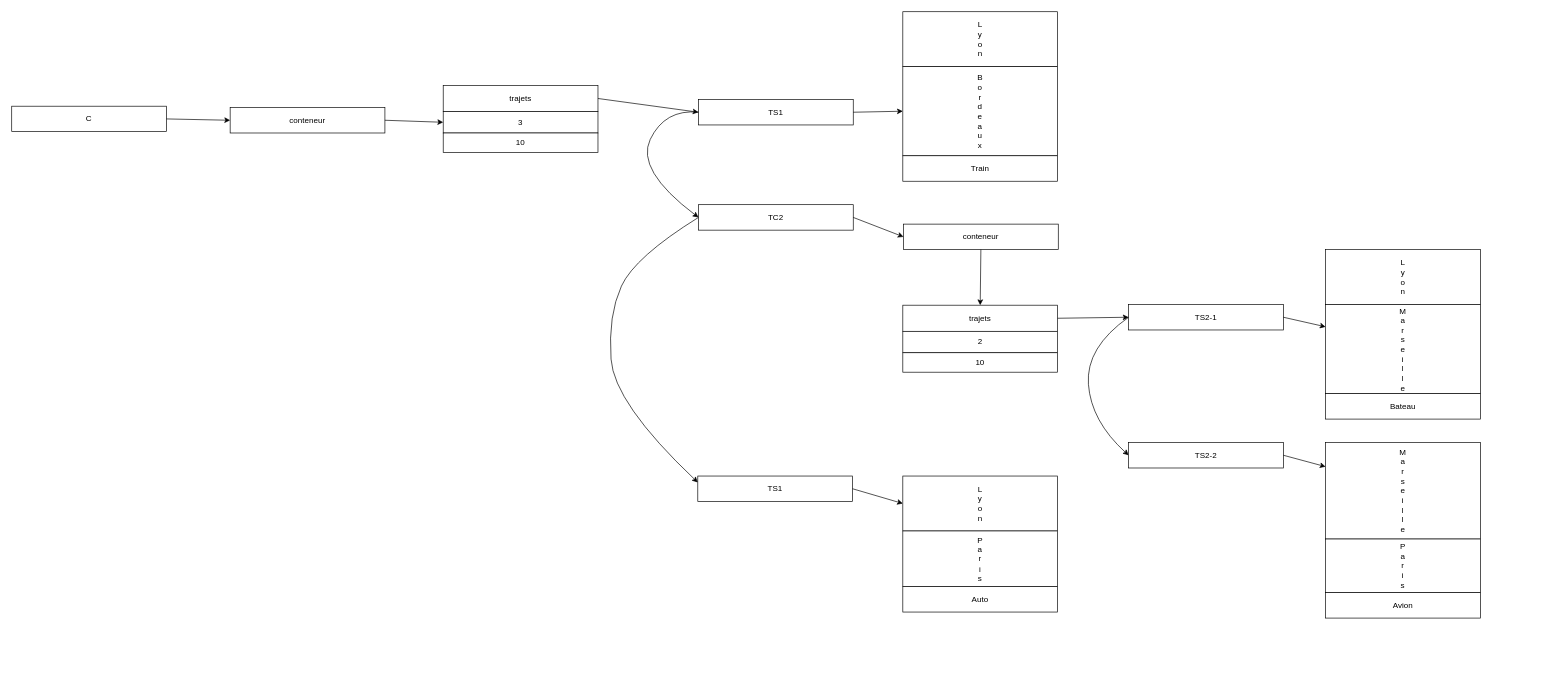
The draw.io diagram memoire.drawio in baoanhtran/TP2-CPP-Bases, before the edit. Source tidied: cells renumbered, new cells numbered last; positions are measured from the earlier drawing's top-left corner, leaving out a move shared by most shapes. Both pictures are drawn from the tidied source at 67%, with x=0, y=0 at pixel (11, 11).
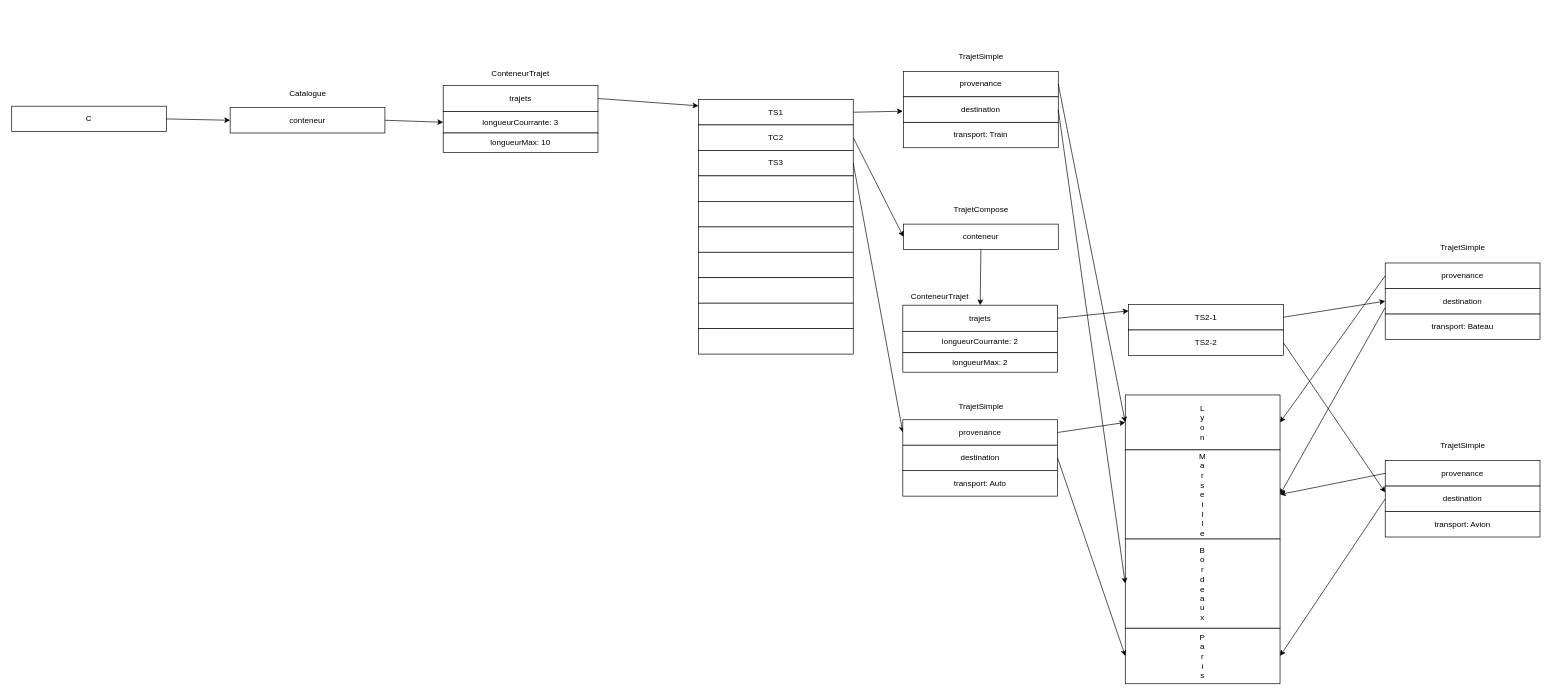
Above is the later version.

Unchanged cells that the change refers to:
```xml
<mxCell id="4" value="TS1" style="rounded=0;whiteSpace=wrap;html=1;" parent="1" vertex="1">
  <mxGeometry x="1025" y="131" width="231" height="38" as="geometry" />
</mxCell>
<mxCell id="12" value="TS2-1" style="rounded=0;whiteSpace=wrap;html=1;" parent="1" vertex="1">
  <mxGeometry x="1667" y="437" width="231" height="38" as="geometry" />
</mxCell>
<mxCell id="30" value="trajets" style="rounded=0;whiteSpace=wrap;html=1;" parent="1" vertex="1">
  <mxGeometry x="644" y="110" width="231" height="39" as="geometry" />
</mxCell>
<mxCell id="34" value="trajets" style="rounded=0;whiteSpace=wrap;html=1;" parent="1" vertex="1">
  <mxGeometry x="1330" y="438" width="231" height="39" as="geometry" />
</mxCell>
```

Diff of the diagram source:
```diff
@@
-    <mxCell id="5" value="L&lt;div&gt;y&lt;/div&gt;&lt;div&gt;o&lt;/div&gt;&lt;div&gt;n&lt;/div&gt;" style="rounded=0;whiteSpace=wrap;html=1;" parent="1" vertex="1">
-      <mxGeometry x="1330" width="231" height="82" as="geometry" />
-    </mxCell>
-    <mxCell id="6" value="B&lt;div&gt;o&lt;/div&gt;&lt;div&gt;r&lt;/div&gt;&lt;div&gt;d&lt;/div&gt;&lt;div&gt;e&lt;/div&gt;&lt;div&gt;a&lt;/div&gt;&lt;div&gt;u&lt;/div&gt;&lt;div&gt;x&lt;/div&gt;" style="rounded=0;whiteSpace=wrap;html=1;" parent="1" vertex="1">
-      <mxGeometry x="1330" y="82" width="231" height="133" as="geometry" />
-    </mxCell>
-    <mxCell id="7" value="Train" style="rounded=0;whiteSpace=wrap;html=1;" parent="1" vertex="1">
-      <mxGeometry x="1330" y="215" width="231" height="38" as="geometry" />
-    </mxCell>
-    <mxCell id="8" style="endArrow=classic;html=1;rounded=0;exitX=1;exitY=0.5;exitDx=0;exitDy=0;entryX=0;entryY=0.5;entryDx=0;entryDy=0;" parent="1" edge="1" source="4" target="6">
-      <mxGeometry relative="1" as="geometry" />
+    <mxCell id="8" style="endArrow=classic;html=1;rounded=0;exitX=1;exitY=0.5;exitDx=0;exitDy=0;entryX=0;entryY=0.5;entryDx=0;entryDy=0;" parent="1" edge="1" source="4">
+      <mxGeometry relative="1" as="geometry">
+        <mxPoint x="1330" y="148.5" as="targetPoint" />
+      </mxGeometry>
     </mxCell>
     <mxCell id="9" value="TC2" style="rounded=0;whiteSpace=wrap;html=1;" parent="1" vertex="1">
-      <mxGeometry x="1025" y="288" width="231" height="38" as="geometry" />
+      <mxGeometry x="1025" y="169" width="231" height="38" as="geometry" />
     </mxCell>
-    <mxCell id="10" style="curved=1;endArrow=classic;html=1;rounded=0;entryX=0;entryY=0.5;entryDx=0;entryDy=0;exitX=0;exitY=0.5;exitDx=0;exitDy=0;" parent="1" edge="1" source="4" target="9">
-      <mxGeometry relative="1" as="geometry">
-        <Array as="points">
-          <mxPoint x="975" y="145" />
-          <mxPoint x="931" y="236" />
-        </Array>
-      </mxGeometry>
-    </mxCell>
@@
     <mxCell id="13" value="L&lt;div&gt;y&lt;/div&gt;&lt;div&gt;o&lt;/div&gt;&lt;div&gt;n&lt;/div&gt;" style="rounded=0;whiteSpace=wrap;html=1;" parent="1" vertex="1">
-      <mxGeometry x="1961" y="355" width="231" height="82" as="geometry" />
+      <mxGeometry x="1662" y="572" width="231" height="82" as="geometry" />
     </mxCell>
     <mxCell id="14" value="M&lt;div&gt;a&lt;/div&gt;&lt;div&gt;r&lt;/div&gt;&lt;div&gt;s&lt;/div&gt;&lt;div&gt;e&lt;/div&gt;&lt;div&gt;i&lt;/div&gt;&lt;div&gt;l&lt;/div&gt;&lt;div&gt;l&lt;/div&gt;&lt;div&gt;e&lt;/div&gt;" style="rounded=0;whiteSpace=wrap;html=1;" parent="1" vertex="1">
-      <mxGeometry x="1961" y="437" width="231" height="133" as="geometry" />
+      <mxGeometry x="1662" y="654" width="231" height="133" as="geometry" />
     </mxCell>
-    <mxCell id="15" value="Bateau" style="rounded=0;whiteSpace=wrap;html=1;" parent="1" vertex="1">
-      <mxGeometry x="1961" y="570" width="231" height="38" as="geometry" />
-    </mxCell>
-    <mxCell id="16" style="endArrow=classic;html=1;rounded=0;exitX=1;exitY=0.5;exitDx=0;exitDy=0;entryX=0;entryY=0.25;entryDx=0;entryDy=0;" parent="1" edge="1" source="12" target="14">
-      <mxGeometry relative="1" as="geometry" />
-    </mxCell>
@@
-    <mxCell id="18" style="curved=1;endArrow=classic;html=1;rounded=0;entryX=0;entryY=0.5;entryDx=0;entryDy=0;exitX=0;exitY=0.5;exitDx=0;exitDy=0;" parent="1" edge="1" source="12" target="19">
-      <mxGeometry relative="1" as="geometry">
-        <Array as="points">
-          <mxPoint x="1603" y="501" />
-          <mxPoint x="1611" y="611" />
-        </Array>
-      </mxGeometry>
-    </mxCell>
     <mxCell id="19" value="TS2-2" style="rounded=0;whiteSpace=wrap;html=1;" parent="1" vertex="1">
-      <mxGeometry x="1667" y="643" width="231" height="38" as="geometry" />
+      <mxGeometry x="1667" y="475" width="231" height="38" as="geometry" />
     </mxCell>
-    <mxCell id="20" value="M&lt;div&gt;a&lt;/div&gt;&lt;div&gt;r&lt;/div&gt;&lt;div&gt;s&lt;/div&gt;&lt;div&gt;e&lt;/div&gt;&lt;div&gt;i&lt;/div&gt;&lt;div&gt;l&lt;/div&gt;&lt;div&gt;l&lt;/div&gt;&lt;div&gt;e&lt;/div&gt;" style="rounded=0;whiteSpace=wrap;html=1;" parent="1" vertex="1">
-      <mxGeometry x="1961" y="643" width="231" height="144" as="geometry" />
-    </mxCell>
-    <mxCell id="21" value="P&lt;div&gt;a&lt;/div&gt;&lt;div&gt;r&lt;/div&gt;&lt;div&gt;i&lt;/div&gt;&lt;div&gt;s&lt;/div&gt;" style="rounded=0;whiteSpace=wrap;html=1;" parent="1" vertex="1">
-      <mxGeometry x="1961" y="787" width="231" height="80" as="geometry" />
-    </mxCell>
-    <mxCell id="22" value="Avion" style="rounded=0;whiteSpace=wrap;html=1;" parent="1" vertex="1">
-      <mxGeometry x="1961" y="867" width="231" height="38" as="geometry" />
-    </mxCell>
-    <mxCell id="23" style="endArrow=classic;html=1;rounded=0;exitX=1;exitY=0.5;exitDx=0;exitDy=0;entryX=0;entryY=0.25;entryDx=0;entryDy=0;" parent="1" edge="1" source="19" target="20">
-      <mxGeometry relative="1" as="geometry" />
-    </mxCell>
-    <mxCell id="24" value="TS1" style="rounded=0;whiteSpace=wrap;html=1;" parent="1" vertex="1">
-      <mxGeometry x="1024" y="693" width="231" height="38" as="geometry" />
+    <mxCell id="24" value="TS3" style="rounded=0;whiteSpace=wrap;html=1;" parent="1" vertex="1">
+      <mxGeometry x="1025" y="207" width="231" height="38" as="geometry" />
     </mxCell>
-    <mxCell id="25" style="curved=1;endArrow=classic;html=1;rounded=0;entryX=0;entryY=0.25;entryDx=0;entryDy=0;exitX=0;exitY=0.5;exitDx=0;exitDy=0;" parent="1" edge="1" source="9" target="24">
-      <mxGeometry relative="1" as="geometry">
-        <Array as="points">
-          <mxPoint x="930" y="366" />
-          <mxPoint x="890" y="453" />
-          <mxPoint x="899" y="584" />
-        </Array>
-      </mxGeometry>
-    </mxCell>
-    <mxCell id="26" value="L&lt;div&gt;y&lt;/div&gt;&lt;div&gt;o&lt;/div&gt;&lt;div&gt;n&lt;/div&gt;" style="rounded=0;whiteSpace=wrap;html=1;" parent="1" vertex="1">
-      <mxGeometry x="1330" y="693" width="231" height="82" as="geometry" />
-    </mxCell>
     <mxCell id="27" value="P&lt;div&gt;a&lt;/div&gt;&lt;div&gt;r&lt;/div&gt;&lt;div&gt;i&lt;/div&gt;&lt;div&gt;s&lt;/div&gt;" style="rounded=0;whiteSpace=wrap;html=1;" parent="1" vertex="1">
-      <mxGeometry x="1330" y="775" width="231" height="83" as="geometry" />
+      <mxGeometry x="1662" y="920" width="231" height="83" as="geometry" />
     </mxCell>
-    <mxCell id="28" value="Auto" style="rounded=0;whiteSpace=wrap;html=1;" parent="1" vertex="1">
-      <mxGeometry x="1330" y="858" width="231" height="38" as="geometry" />
+    <mxCell id="28" value="transport: Auto" style="rounded=0;whiteSpace=wrap;html=1;" parent="1" vertex="1">
+      <mxGeometry x="1330" y="685" width="231" height="38" as="geometry" />
     </mxCell>
-    <mxCell id="29" style="endArrow=classic;html=1;rounded=0;exitX=1;exitY=0.5;exitDx=0;exitDy=0;entryX=0;entryY=0.5;entryDx=0;entryDy=0;" parent="1" edge="1" source="24" target="26">
+    <mxCell id="29" style="endArrow=classic;html=1;rounded=0;exitX=1;exitY=0.5;exitDx=0;exitDy=0;entryX=0;entryY=0.5;entryDx=0;entryDy=0;" parent="1" edge="1" source="24" target="50">
       <mxGeometry relative="1" as="geometry" />
     </mxCell>
@@
-    <mxCell id="31" value="3" style="rounded=0;whiteSpace=wrap;html=1;" parent="1" vertex="1">
+    <mxCell id="31" value="longueurCourrante: 3" style="rounded=0;whiteSpace=wrap;html=1;" parent="1" vertex="1">
       <mxGeometry x="644" y="149" width="231" height="32" as="geometry" />
     </mxCell>
-    <mxCell id="32" value="10" style="rounded=0;whiteSpace=wrap;html=1;" parent="1" vertex="1">
+    <mxCell id="32" value="longueurMax: 10" style="rounded=0;whiteSpace=wrap;html=1;" parent="1" vertex="1">
       <mxGeometry x="644" y="181" width="231" height="29" as="geometry" />
     </mxCell>
-    <mxCell id="33" style="endArrow=classic;html=1;rounded=0;exitX=1;exitY=0.5;exitDx=0;exitDy=0;entryX=0;entryY=0.5;entryDx=0;entryDy=0;" parent="1" edge="1" source="30" target="4">
+    <mxCell id="33" style="endArrow=classic;html=1;rounded=0;exitX=1;exitY=0.5;exitDx=0;exitDy=0;entryX=0;entryY=0.25;entryDx=0;entryDy=0;" parent="1" edge="1" source="30" target="4">
       <mxGeometry relative="1" as="geometry" />
     </mxCell>
@@
-    <mxCell id="35" value="2" style="rounded=0;whiteSpace=wrap;html=1;" parent="1" vertex="1">
+    <mxCell id="35" value="longueurCourrante: 2" style="rounded=0;whiteSpace=wrap;html=1;" parent="1" vertex="1">
       <mxGeometry x="1330" y="477" width="231" height="32" as="geometry" />
     </mxCell>
-    <mxCell id="36" value="10" style="rounded=0;whiteSpace=wrap;html=1;" parent="1" vertex="1">
+    <mxCell id="36" value="longueurMax: 2" style="rounded=0;whiteSpace=wrap;html=1;" parent="1" vertex="1">
       <mxGeometry x="1330" y="509" width="231" height="29" as="geometry" />
     </mxCell>
@@
-    <mxCell id="38" style="endArrow=classic;html=1;rounded=0;exitX=1;exitY=0.5;exitDx=0;exitDy=0;entryX=0;entryY=0.5;entryDx=0;entryDy=0;" parent="1" edge="1" source="34" target="12">
+    <mxCell id="38" style="endArrow=classic;html=1;rounded=0;exitX=1;exitY=0.5;exitDx=0;exitDy=0;entryX=0;entryY=0.25;entryDx=0;entryDy=0;" parent="1" edge="1" source="34" target="12">
       <mxGeometry relative="1" as="geometry" />
     </mxCell>
@@
+    <mxCell id="41" value="TrajetSimple" style="text;html=1;align=center;verticalAlign=middle;whiteSpace=wrap;rounded=0;" parent="1" vertex="1">
+      <mxGeometry x="1388.8" y="52" width="115.5" height="30" as="geometry" />
+    </mxCell>
+    <mxCell id="42" value="ConteneurTrajet" style="text;html=1;align=center;verticalAlign=middle;whiteSpace=wrap;rounded=0;" parent="1" vertex="1">
+      <mxGeometry x="693" y="77" width="133" height="30" as="geometry" />
+    </mxCell>
+    <mxCell id="43" value="ConteneurTrajet" style="text;html=1;align=center;verticalAlign=middle;whiteSpace=wrap;rounded=0;" parent="1" vertex="1">
+      <mxGeometry x="1319" y="410" width="133" height="30" as="geometry" />
+    </mxCell>
+    <mxCell id="44" value="Catalogue" style="text;html=1;align=center;verticalAlign=middle;whiteSpace=wrap;rounded=0;" parent="1" vertex="1">
+      <mxGeometry x="411.5" y="107" width="60" height="30" as="geometry" />
+    </mxCell>
+    <mxCell id="45" value="TrajetCompose" style="text;html=1;align=center;verticalAlign=middle;whiteSpace=wrap;rounded=0;" parent="1" vertex="1">
+      <mxGeometry x="1373.5" y="280" width="146" height="30" as="geometry" />
+    </mxCell>
+    <mxCell id="46" value="TrajetSimple" style="text;html=1;align=center;verticalAlign=middle;whiteSpace=wrap;rounded=0;" parent="1" vertex="1">
+      <mxGeometry x="1388.8" y="575" width="115.5" height="30" as="geometry" />
+    </mxCell>
+    <mxCell id="47" value="TrajetSimple" style="text;html=1;align=center;verticalAlign=middle;whiteSpace=wrap;rounded=0;" parent="1" vertex="1">
+      <mxGeometry x="2107.8" y="337" width="115.5" height="30" as="geometry" />
+    </mxCell>
+    <mxCell id="48" value="TrajetSimple" style="text;html=1;align=center;verticalAlign=middle;whiteSpace=wrap;rounded=0;" parent="1" vertex="1">
+      <mxGeometry x="2107.8" y="633" width="115.5" height="30" as="geometry" />
+    </mxCell>
+    <mxCell id="49" style="rounded=0;whiteSpace=wrap;html=1;" parent="1" vertex="1">
+      <mxGeometry x="1025" y="245" width="231" height="38" as="geometry" />
+    </mxCell>
+    <mxCell id="50" value="provenance" style="rounded=0;whiteSpace=wrap;html=1;" parent="1" vertex="1">
+      <mxGeometry x="1330" y="609" width="231" height="38" as="geometry" />
+    </mxCell>
+    <mxCell id="51" style="rounded=0;whiteSpace=wrap;html=1;" parent="1" vertex="1">
+      <mxGeometry x="1025" y="321" width="231" height="38" as="geometry" />
+    </mxCell>
+    <mxCell id="52" style="rounded=0;whiteSpace=wrap;html=1;" parent="1" vertex="1">
+      <mxGeometry x="1025" y="359" width="231" height="38" as="geometry" />
+    </mxCell>
+    <mxCell id="53" style="rounded=0;whiteSpace=wrap;html=1;" parent="1" vertex="1">
+      <mxGeometry x="1025" y="397" width="231" height="38" as="geometry" />
+    </mxCell>
+    <mxCell id="54" style="rounded=0;whiteSpace=wrap;html=1;" parent="1" vertex="1">
+      <mxGeometry x="1025" y="435" width="231" height="38" as="geometry" />
+    </mxCell>
+    <mxCell id="55" style="rounded=0;whiteSpace=wrap;html=1;" parent="1" vertex="1">
+      <mxGeometry x="1025" y="473" width="231" height="38" as="geometry" />
+    </mxCell>
+    <mxCell id="56" style="rounded=0;whiteSpace=wrap;html=1;" parent="1" vertex="1">
+      <mxGeometry x="1025" y="283" width="231" height="38" as="geometry" />
+    </mxCell>
+    <mxCell id="57" value="destination" style="rounded=0;whiteSpace=wrap;html=1;" parent="1" vertex="1">
+      <mxGeometry x="1330" y="647" width="231" height="38" as="geometry" />
+    </mxCell>
+    <mxCell id="58" value="transport: Bateau" style="rounded=0;whiteSpace=wrap;html=1;" parent="1" vertex="1">
+      <mxGeometry x="2050" y="451" width="231" height="38" as="geometry" />
+    </mxCell>
+    <mxCell id="59" value="provenance" style="rounded=0;whiteSpace=wrap;html=1;" parent="1" vertex="1">
+      <mxGeometry x="2050" y="375" width="231" height="38" as="geometry" />
+    </mxCell>
+    <mxCell id="60" value="destination" style="rounded=0;whiteSpace=wrap;html=1;" parent="1" vertex="1">
+      <mxGeometry x="2050" y="413" width="231" height="38" as="geometry" />
+    </mxCell>
+    <mxCell id="61" value="transport: Avion" style="rounded=0;whiteSpace=wrap;html=1;" parent="1" vertex="1">
+      <mxGeometry x="2050" y="746" width="231" height="38" as="geometry" />
+    </mxCell>
+    <mxCell id="62" value="provenance" style="rounded=0;whiteSpace=wrap;html=1;" parent="1" vertex="1">
+      <mxGeometry x="2050" y="670" width="231" height="38" as="geometry" />
+    </mxCell>
+    <mxCell id="63" value="destination" style="rounded=0;whiteSpace=wrap;html=1;" parent="1" vertex="1">
+      <mxGeometry x="2050" y="708" width="231" height="38" as="geometry" />
+    </mxCell>
+    <mxCell id="64" style="endArrow=classic;html=1;rounded=0;exitX=1;exitY=0.5;exitDx=0;exitDy=0;entryX=0;entryY=0.5;entryDx=0;entryDy=0;" parent="1" edge="1" source="12" target="60">
+      <mxGeometry relative="1" as="geometry" />
+    </mxCell>
+    <mxCell id="65" style="endArrow=classic;html=1;rounded=0;exitX=1;exitY=0.5;exitDx=0;exitDy=0;entryX=0;entryY=0.25;entryDx=0;entryDy=0;" parent="1" edge="1" source="19" target="63">
+      <mxGeometry relative="1" as="geometry" />
+    </mxCell>
+    <mxCell id="66" style="endArrow=classic;html=1;rounded=0;exitX=1;exitY=0.5;exitDx=0;exitDy=0;entryX=0;entryY=0.5;entryDx=0;entryDy=0;" parent="1" edge="1" source="50" target="13">
+      <mxGeometry relative="1" as="geometry" />
+    </mxCell>
+    <mxCell id="67" style="endArrow=classic;html=1;rounded=0;exitX=1;exitY=0.5;exitDx=0;exitDy=0;entryX=0;entryY=0.5;entryDx=0;entryDy=0;" parent="1" edge="1" source="57" target="27">
+      <mxGeometry relative="1" as="geometry" />
+    </mxCell>
+    <mxCell id="68" value="transport: Train" style="rounded=0;whiteSpace=wrap;html=1;" parent="1" vertex="1">
+      <mxGeometry x="1331" y="165" width="231" height="38" as="geometry" />
+    </mxCell>
+    <mxCell id="69" value="provenance" style="rounded=0;whiteSpace=wrap;html=1;" parent="1" vertex="1">
+      <mxGeometry x="1331" y="89" width="231" height="38" as="geometry" />
+    </mxCell>
+    <mxCell id="70" value="destination" style="rounded=0;whiteSpace=wrap;html=1;" parent="1" vertex="1">
+      <mxGeometry x="1331" y="127" width="231" height="38" as="geometry" />
+    </mxCell>
+    <mxCell id="6" value="B&lt;div&gt;o&lt;/div&gt;&lt;div&gt;r&lt;/div&gt;&lt;div&gt;d&lt;/div&gt;&lt;div&gt;e&lt;/div&gt;&lt;div&gt;a&lt;/div&gt;&lt;div&gt;u&lt;/div&gt;&lt;div&gt;x&lt;/div&gt;" style="rounded=0;whiteSpace=wrap;html=1;" parent="1" vertex="1">
+      <mxGeometry x="1662" y="787" width="231" height="133" as="geometry" />
+    </mxCell>
+    <mxCell id="71" style="endArrow=classic;html=1;rounded=0;exitX=0;exitY=0.5;exitDx=0;exitDy=0;entryX=1;entryY=0.5;entryDx=0;entryDy=0;" parent="1" edge="1" source="59" target="13">
+      <mxGeometry relative="1" as="geometry" />
+    </mxCell>
+    <mxCell id="72" style="endArrow=classic;html=1;rounded=0;exitX=0;exitY=0.75;exitDx=0;exitDy=0;entryX=1;entryY=0.5;entryDx=0;entryDy=0;" parent="1" edge="1" source="60" target="14">
+      <mxGeometry relative="1" as="geometry" />
+    </mxCell>
+    <mxCell id="73" style="endArrow=classic;html=1;rounded=0;exitX=0;exitY=0.5;exitDx=0;exitDy=0;entryX=1;entryY=0.5;entryDx=0;entryDy=0;" parent="1" edge="1" source="62" target="14">
+      <mxGeometry relative="1" as="geometry" />
+    </mxCell>
+    <mxCell id="74" style="endArrow=classic;html=1;rounded=0;exitX=0;exitY=0.5;exitDx=0;exitDy=0;entryX=1;entryY=0.5;entryDx=0;entryDy=0;" parent="1" edge="1" source="63" target="27">
+      <mxGeometry relative="1" as="geometry" />
+    </mxCell>
+    <mxCell id="75" style="endArrow=classic;html=1;rounded=0;exitX=1;exitY=0.5;exitDx=0;exitDy=0;entryX=0;entryY=0.5;entryDx=0;entryDy=0;" parent="1" edge="1" source="69" target="13">
+      <mxGeometry relative="1" as="geometry" />
+    </mxCell>
+    <mxCell id="76" style="endArrow=classic;html=1;rounded=0;exitX=1;exitY=0.5;exitDx=0;exitDy=0;entryX=0;entryY=0.5;entryDx=0;entryDy=0;" parent="1" edge="1" source="70" target="6">
+      <mxGeometry relative="1" as="geometry" />
+    </mxCell>
```
